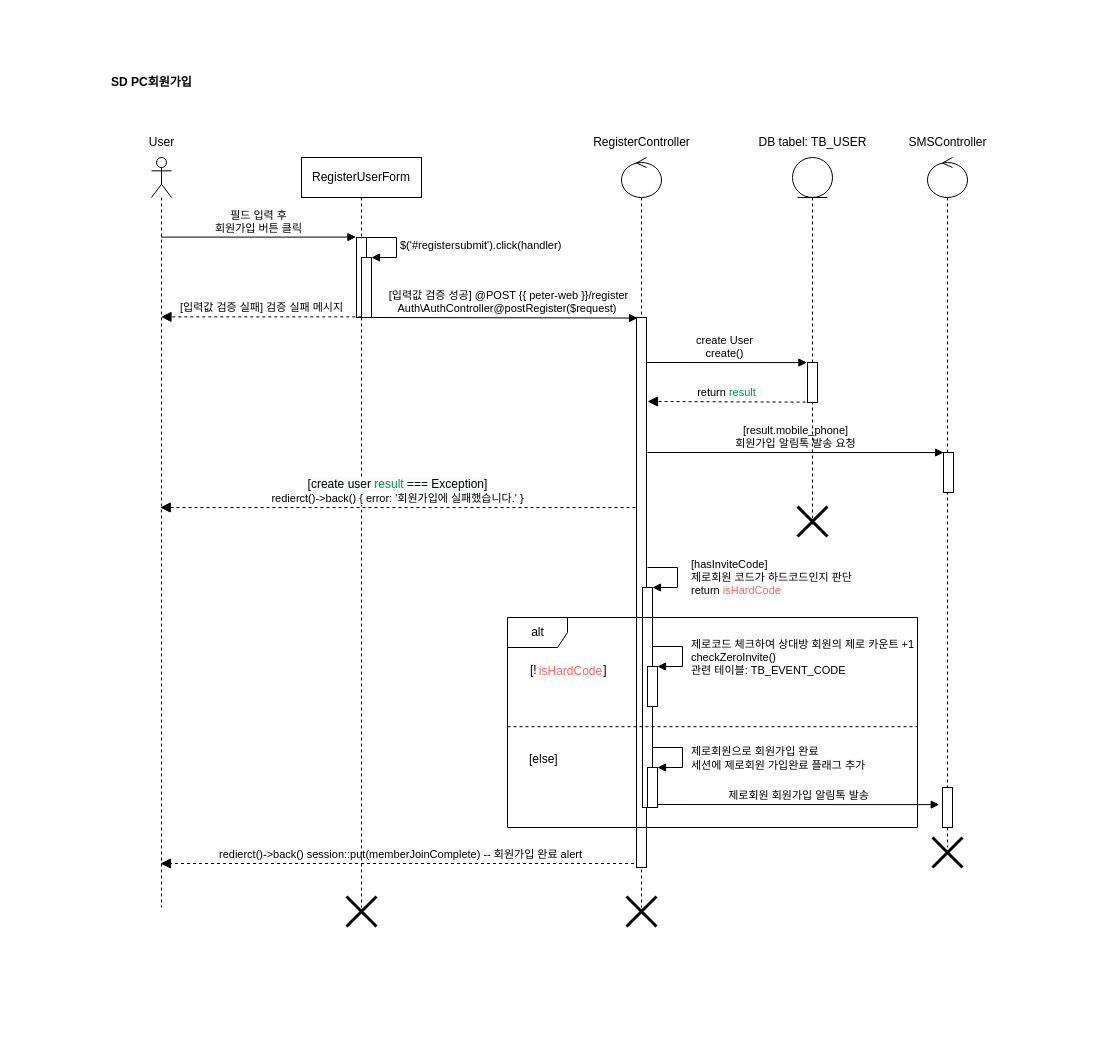
Before: page "PC 회원가입 ver3" (4 of 4) of sequenceDiagram.drawio in duchangkim/draw.io, a draw.io diagram. Source tidied: cells renumbered, new cells numbered last; positions are measured from the earlier drawing's top-left corner, leaving out a move shared by most shapes. Both pictures are drawn from the tidied source at 100%, with x=0, y=0 at pixel (17, 17).
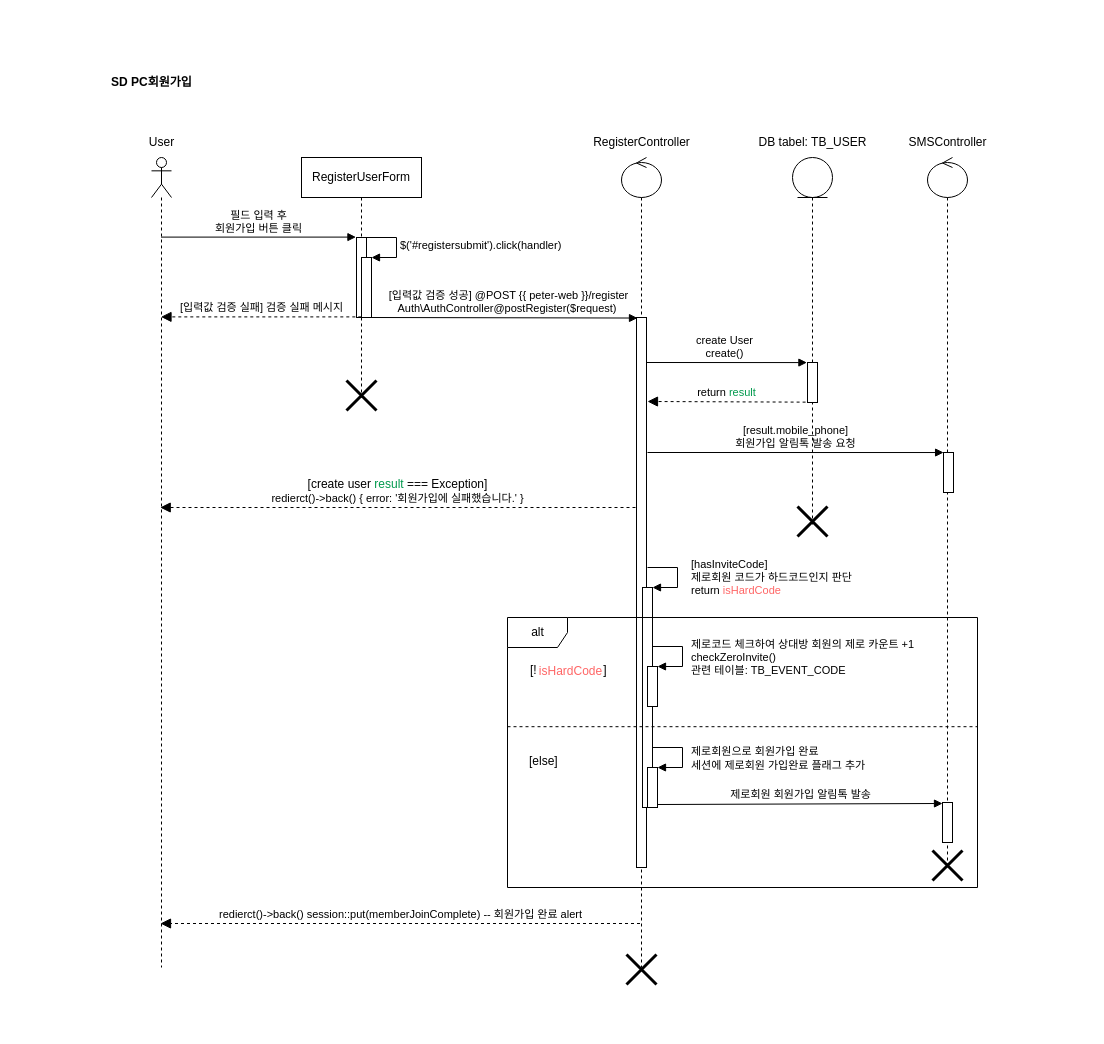
The same page after the edit.

The edit, as a diff of the source:
```diff
@@
     <mxCell id="2" style="rounded=0;whiteSpace=wrap;html=1;strokeColor=none;" parent="1" vertex="1">
-      <mxGeometry width="1070" height="951" as="geometry" />
+      <mxGeometry width="1070" height="1010" as="geometry" />
     </mxCell>
@@
     <mxCell id="4" value="redierct()-&amp;gt;back() session::put(memberJoinComplete) -- 회원가입 완료 alert" style="html=1;verticalAlign=bottom;endArrow=block;dashed=1;endSize=8;rounded=0;endFill=1;" parent="1" edge="1">
       <mxGeometry relative="1" as="geometry">
-        <mxPoint x="622.5" y="846" as="sourcePoint" />
-        <mxPoint x="143" y="846" as="targetPoint" />
+        <mxPoint x="622.5" y="906" as="sourcePoint" />
+        <mxPoint x="143" y="906" as="targetPoint" />
       </mxGeometry>
     </mxCell>
@@
     <mxCell id="6" style="shape=umlLifeline;participant=umlActor;perimeter=lifelinePerimeter;whiteSpace=wrap;html=1;verticalAlign=top;spacingTop=36;outlineConnect=0;" parent="1" vertex="1">
-      <mxGeometry x="134" y="140" width="20" height="750" as="geometry" />
+      <mxGeometry x="134" y="140" width="20" height="810" as="geometry" />
     </mxCell>
@@
     <mxCell id="8" style="shape=umlLifeline;participant=umlControl;perimeter=lifelinePerimeter;whiteSpace=wrap;html=1;verticalAlign=top;spacingTop=36;size=40;" parent="1" vertex="1">
-      <mxGeometry x="604" y="140" width="40" height="750" as="geometry" />
+      <mxGeometry x="604" y="140" width="40" height="810" as="geometry" />
     </mxCell>
@@
     <mxCell id="12" value="RegisterUserForm" style="shape=umlLifeline;perimeter=lifelinePerimeter;whiteSpace=wrap;html=1;" parent="1" vertex="1">
-      <mxGeometry x="284" y="140" width="120" height="750" as="geometry" />
+      <mxGeometry x="284" y="140" width="120" height="240" as="geometry" />
     </mxCell>
@@
     <mxCell id="18" style="shape=umlLifeline;participant=umlControl;perimeter=lifelinePerimeter;whiteSpace=wrap;html=1;verticalAlign=top;spacingTop=36;size=40;" parent="1" vertex="1">
-      <mxGeometry x="910" y="140" width="40" height="690" as="geometry" />
+      <mxGeometry x="910" y="140" width="40" height="710" as="geometry" />
     </mxCell>
@@
-    <mxCell id="22" value="&lt;span style=&quot;font-size: 12px; text-align: left; background-color: rgb(248, 249, 250);&quot;&gt;[create user &lt;font color=&quot;#00994d&quot;&gt;result&lt;/font&gt; === Exception]&lt;/span&gt;&lt;br&gt;redierct()-&amp;gt;back() { error: '회원가입에 실패했습니다.' }" style="html=1;verticalAlign=bottom;endArrow=block;dashed=1;endSize=8;rounded=0;endFill=1;" parent="1" edge="1">
+    <mxCell id="22" value="&lt;span style=&quot;font-size: 12px; text-align: left;&quot;&gt;[create user &lt;font style=&quot;&quot; color=&quot;#00994d&quot;&gt;result&lt;/font&gt; === Exception]&lt;/span&gt;&lt;br&gt;redierct()-&amp;gt;back() { error: '회원가입에 실패했습니다.' }" style="html=1;verticalAlign=bottom;endArrow=block;dashed=1;endSize=8;rounded=0;endFill=1;" parent="1" edge="1">
       <mxGeometry relative="1" as="geometry">
         <mxPoint x="618" y="490" as="sourcePoint" />
         <mxPoint x="142.7" y="490" as="targetPoint" />
       </mxGeometry>
     </mxCell>
     <mxCell id="23" style="shape=umlDestroy;whiteSpace=wrap;html=1;strokeWidth=3;" parent="1" vertex="1">
-      <mxGeometry x="329" y="879" width="30" height="30" as="geometry" />
+      <mxGeometry x="329" y="363" width="30" height="30" as="geometry" />
     </mxCell>
@@
     <mxCell id="27" style="shape=umlDestroy;whiteSpace=wrap;html=1;strokeWidth=3;" parent="1" vertex="1">
-      <mxGeometry x="915" y="820" width="30" height="30" as="geometry" />
+      <mxGeometry x="915" y="833" width="30" height="30" as="geometry" />
     </mxCell>
@@
     <mxCell id="37" value="alt" style="shape=umlFrame;tabWidth=110;tabHeight=30;tabPosition=left;html=1;boundedLbl=1;labelInHeader=1;width=60;height=30;fontColor=#000000;" parent="1" vertex="1">
-      <mxGeometry x="490" y="600" width="410" height="210" as="geometry" />
+      <mxGeometry x="490" y="600" width="470" height="270" as="geometry" />
     </mxCell>
@@
     <mxCell id="39" value="[else]" style="line;strokeWidth=1;dashed=1;labelPosition=center;verticalLabelPosition=bottom;align=left;verticalAlign=top;spacingLeft=20;spacingTop=15;fontColor=#000000;" parent="37" vertex="1">
-      <mxGeometry y="105" width="410" height="8.4" as="geometry" />
+      <mxGeometry y="103.8" width="470" height="10.8" as="geometry" />
     </mxCell>
     <mxCell id="40" style="shape=umlDestroy;whiteSpace=wrap;html=1;strokeWidth=3;" parent="1" vertex="1">
-      <mxGeometry x="609" y="879" width="30" height="30" as="geometry" />
+      <mxGeometry x="609" y="937" width="30" height="30" as="geometry" />
     </mxCell>
-    <mxCell id="41" value="제로회원 회원가입 알림톡 발송" style="html=1;verticalAlign=bottom;endArrow=block;rounded=0;entryX=-0.33;entryY=0.428;entryDx=0;entryDy=0;entryPerimeter=0;" parent="1" edge="1" target="42">
+    <mxCell id="41" value="제로회원 회원가입 알림톡 발송" style="html=1;verticalAlign=bottom;endArrow=block;rounded=0;entryX=0;entryY=0.025;entryDx=0;entryDy=0;entryPerimeter=0;" parent="1" edge="1" target="42">
       <mxGeometry relative="1" as="geometry">
         <mxPoint x="640" y="787" as="sourcePoint" />
       </mxGeometry>
     </mxCell>
     <mxCell id="42" style="html=1;points=[];perimeter=orthogonalPerimeter;fontStyle=0;" parent="1" vertex="1">
-      <mxGeometry x="925" y="770" width="10" height="40" as="geometry" />
+      <mxGeometry x="925" y="785" width="10" height="40" as="geometry" />
     </mxCell>
```
